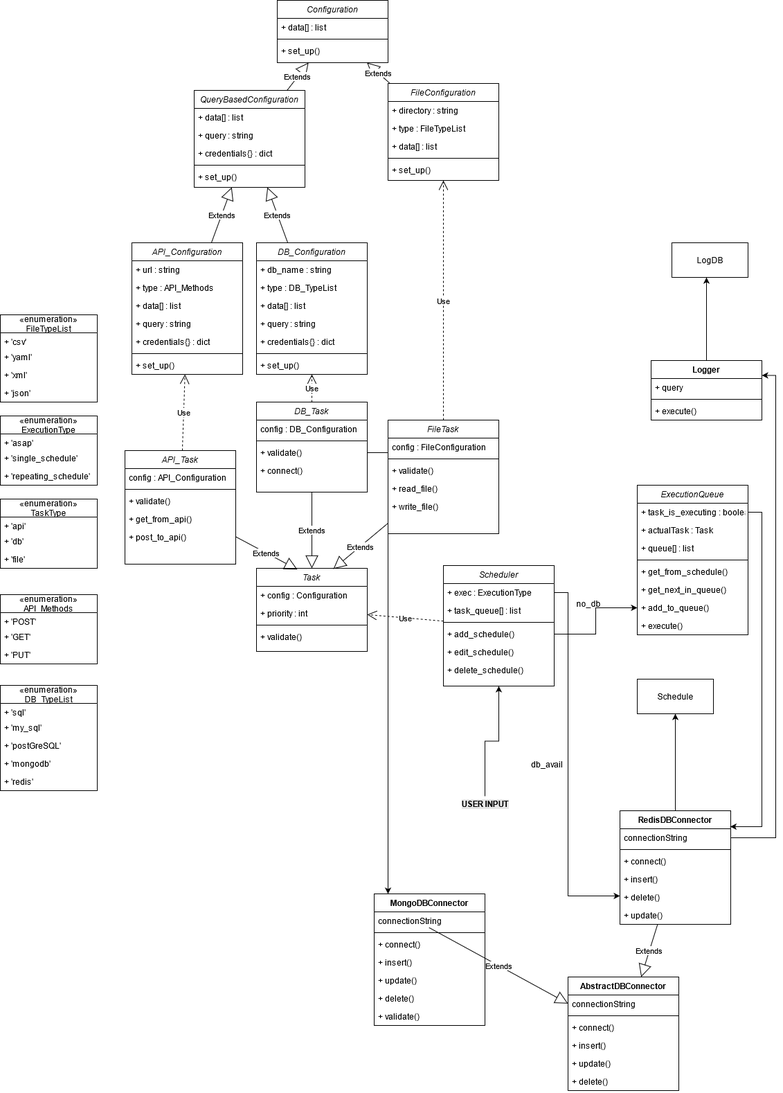
Before: docs/Task_Manager_ClassDiag_v0.2.png, a diagram exported from draw.io (andresduarter22/task-manager). Source tidied: cells renumbered, new cells last; positions are measured from the earlier drawing's top-left corner, leaving out a move shared by most shapes.
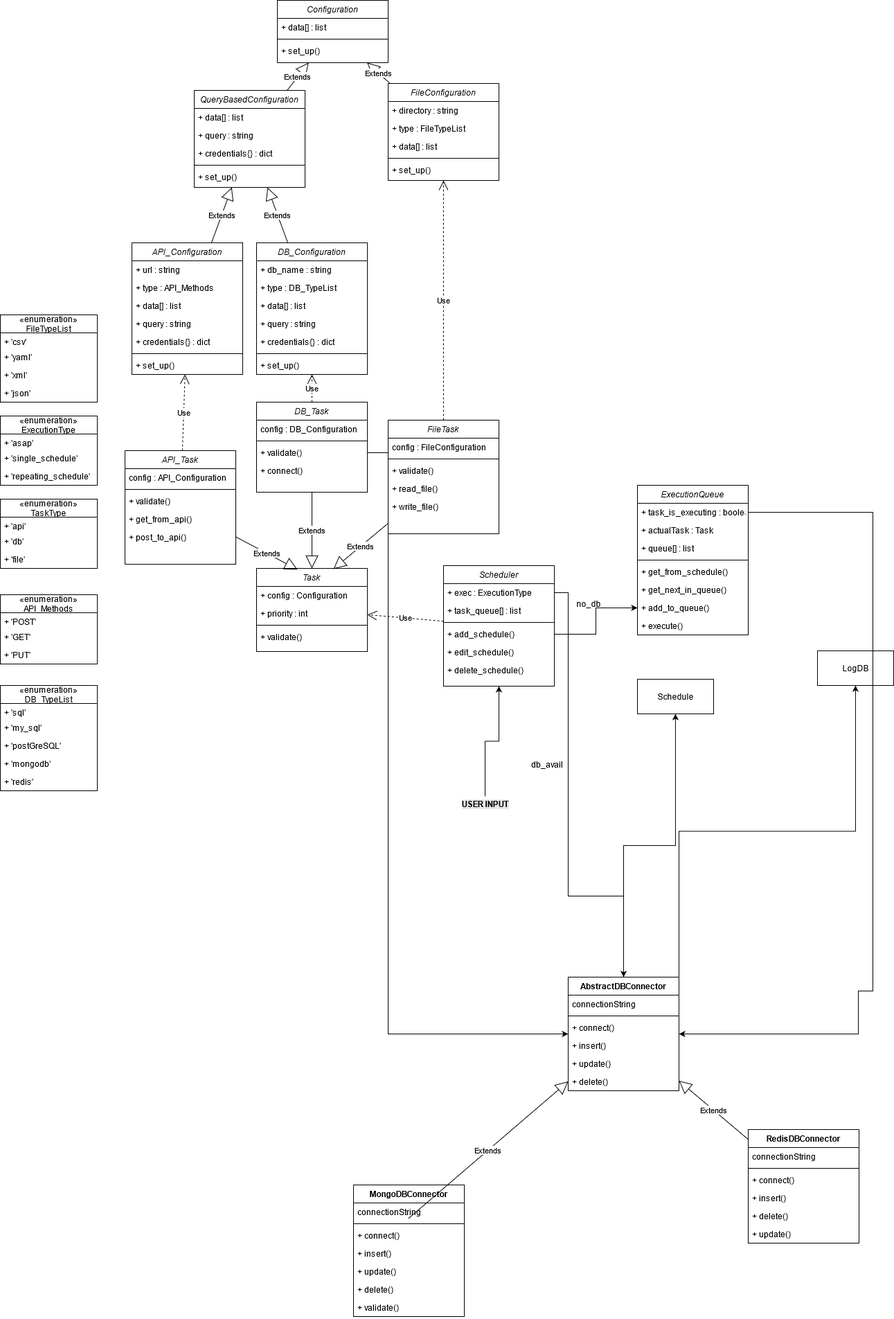
Above is the later version.

The edit, as a diff of the source:
```diff
@@ -319,29 +319,9 @@
         <mxPoint x="700" y="1149" as="sourcePoint" />
       </mxGeometry>
     </mxCell>
-    <mxCell id="107" value="Logger" style="swimlane;fontStyle=1;align=center;verticalAlign=top;horizontal=1;startSize=26;" parent="1" vertex="1">
-      <mxGeometry x="940" y="520" width="160" height="86" as="geometry" />
-    </mxCell>
-    <mxCell id="108" value="+ query" style="text;strokeColor=none;fillColor=none;align=left;verticalAlign=top;spacingLeft=4;spacingRight=4;overflow=hidden;" parent="107" vertex="1">
-      <mxGeometry y="26" width="160" height="26" as="geometry" />
-    </mxCell>
-    <mxCell id="109" style="line;strokeWidth=1;fillColor=none;align=left;verticalAlign=middle;spacingTop=-1;spacingLeft=3;spacingRight=3;labelPosition=right;" parent="107" vertex="1">
-      <mxGeometry y="52" width="160" height="8" as="geometry" />
-    </mxCell>
-    <mxCell id="110" value="+ execute()" style="text;strokeColor=none;fillColor=none;align=left;verticalAlign=top;spacingLeft=4;spacingRight=4;overflow=hidden;" parent="107" vertex="1">
-      <mxGeometry y="60" width="160" height="26" as="geometry" />
-    </mxCell>
     <mxCell id="111" value="LogDB" style="html=1;" parent="1" vertex="1">
-      <mxGeometry x="970" y="350" width="110" height="50" as="geometry" />
+      <mxGeometry x="1180" y="939" width="110" height="50" as="geometry" />
     </mxCell>
-    <mxCell id="112" style="edgeStyle=orthogonalEdgeStyle;rounded=0;jettySize=auto;html=1;exitX=0.5;exitY=0;exitDx=0;exitDy=0;" parent="1" edge="1" source="107" target="111">
-      <mxGeometry relative="1" as="geometry">
-        <Array as="points">
-          <mxPoint x="1020" y="430" />
-          <mxPoint x="1020" y="430" />
-        </Array>
-      </mxGeometry>
-    </mxCell>
     <mxCell id="113" style="edgeStyle=orthogonalEdgeStyle;rounded=0;jettySize=auto;html=1;exitX=1;exitY=0.5;exitDx=0;exitDy=0;entryX=0;entryY=0.5;entryDx=0;entryDy=0;" parent="1" edge="1" source="12" target="103">
       <mxGeometry relative="1" as="geometry" />
     </mxCell>
@@ -357,6 +337,9 @@
     <mxCell id="117" value="&lt;span style=&quot;background-color: rgb(230 , 230 , 230)&quot;&gt;&lt;b&gt;USER INPUT&lt;br&gt;&lt;/b&gt;&lt;/span&gt;" style="text;html=1;align=center;verticalAlign=middle;strokeColor=none;" parent="1" vertex="1">
       <mxGeometry x="655" y="1150" width="90" height="20" as="geometry" />
     </mxCell>
+    <mxCell id="147" style="edgeStyle=orthogonalEdgeStyle;rounded=0;jettySize=auto;html=1;exitX=1;exitY=0;exitDx=0;exitDy=0;" parent="1" edge="1" source="118" target="111">
+      <mxGeometry relative="1" as="geometry" />
+    </mxCell>
     <mxCell id="118" value="AbstractDBConnector" style="swimlane;fontStyle=1;align=center;verticalAlign=top;horizontal=1;startSize=26;" parent="1" vertex="1">
       <mxGeometry x="820" y="1410" width="160" height="164" as="geometry" />
     </mxCell>
@@ -379,7 +362,7 @@
       <mxGeometry y="138" width="160" height="26" as="geometry" />
     </mxCell>
     <mxCell id="125" value="MongoDBConnector" style="swimlane;fontStyle=1;align=center;verticalAlign=top;horizontal=1;startSize=26;" parent="1" vertex="1">
-      <mxGeometry x="540" y="1290" width="160" height="190" as="geometry" />
+      <mxGeometry x="510" y="1710" width="160" height="190" as="geometry" />
     </mxCell>
     <mxCell id="126" value="connectionString" style="text;strokeColor=none;fillColor=none;align=left;verticalAlign=top;spacingLeft=4;spacingRight=4;overflow=hidden;" parent="125" vertex="1">
       <mxGeometry y="26" width="160" height="26" as="geometry" />
@@ -402,11 +385,11 @@
     <mxCell id="132" value="+ validate()" style="text;strokeColor=none;fillColor=none;align=left;verticalAlign=top;spacingLeft=4;spacingRight=4;overflow=hidden;" parent="125" vertex="1">
       <mxGeometry y="164" width="160" height="26" as="geometry" />
     </mxCell>
-    <mxCell id="133" style="edgeStyle=orthogonalEdgeStyle;rounded=0;jettySize=auto;html=1;exitX=0.5;exitY=0;exitDx=0;exitDy=0;" parent="1" edge="1" source="134" target="105">
+    <mxCell id="133" style="edgeStyle=orthogonalEdgeStyle;rounded=0;jettySize=auto;html=1;" parent="1" edge="1" source="118" target="105">
       <mxGeometry relative="1" as="geometry" />
     </mxCell>
     <mxCell id="134" value="RedisDBConnector" style="swimlane;fontStyle=1;align=center;verticalAlign=top;horizontal=1;startSize=26;" parent="1" vertex="1">
-      <mxGeometry x="895" y="1170" width="160" height="164" as="geometry" />
+      <mxGeometry x="1080" y="1630" width="160" height="164" as="geometry" />
     </mxCell>
     <mxCell id="135" value="connectionString" style="text;strokeColor=none;fillColor=none;align=left;verticalAlign=top;spacingLeft=4;spacingRight=4;overflow=hidden;points=[[0,0.5],[1,0.5]];portConstraint=eastwest;" parent="134" vertex="1">
       <mxGeometry y="26" width="160" height="26" as="geometry" />
@@ -432,26 +415,32 @@
     <mxCell id="142" value="Extends" style="endArrow=block;endSize=16;endFill=0;html=1;" parent="1" edge="1" source="134" target="118">
       <mxGeometry relative="1" as="geometry" />
     </mxCell>
-    <mxCell id="143" style="edgeStyle=orthogonalEdgeStyle;rounded=0;jettySize=auto;html=1;exitX=1;exitY=0.5;exitDx=0;exitDy=0;" parent="1" edge="1" source="9" target="134">
+    <mxCell id="143" style="edgeStyle=orthogonalEdgeStyle;rounded=0;jettySize=auto;html=1;exitX=1;exitY=0.5;exitDx=0;exitDy=0;" parent="1" edge="1" source="9" target="118">
       <mxGeometry relative="1" as="geometry">
         <Array as="points">
           <mxPoint x="820" y="855" />
           <mxPoint x="820" y="1293" />
+          <mxPoint x="900" y="1293" />
         </Array>
       </mxGeometry>
     </mxCell>
-    <mxCell id="144" style="edgeStyle=orthogonalEdgeStyle;rounded=0;jettySize=auto;html=1;exitX=1;exitY=0.5;exitDx=0;exitDy=0;entryX=0.996;entryY=0.14;entryDx=0;entryDy=0;entryPerimeter=0;" parent="1" edge="1" source="97" target="134">
-      <mxGeometry relative="1" as="geometry" />
+    <mxCell id="144" style="edgeStyle=orthogonalEdgeStyle;rounded=0;jettySize=auto;html=1;exitX=1;exitY=0.5;exitDx=0;exitDy=0;" parent="1" edge="1" source="97" target="118">
+      <mxGeometry relative="1" as="geometry">
+        <Array as="points">
+          <mxPoint x="1260" y="739" />
+          <mxPoint x="1260" y="1430" />
+          <mxPoint x="1239" y="1430" />
+          <mxPoint x="1239" y="1492" />
+        </Array>
+      </mxGeometry>
     </mxCell>
-    <mxCell id="145" style="edgeStyle=orthogonalEdgeStyle;rounded=0;jettySize=auto;html=1;exitX=1;exitY=0.5;exitDx=0;exitDy=0;" parent="1" edge="1" source="31" target="125">
+    <mxCell id="145" style="edgeStyle=orthogonalEdgeStyle;rounded=0;jettySize=auto;html=1;exitX=1;exitY=0.5;exitDx=0;exitDy=0;" parent="1" edge="1" source="31" target="118">
       <mxGeometry relative="1" as="geometry">
         <Array as="points">
           <mxPoint x="560" y="653" />
+          <mxPoint x="560" y="1492" />
         </Array>
       </mxGeometry>
     </mxCell>
-    <mxCell id="146" style="edgeStyle=orthogonalEdgeStyle;rounded=0;jettySize=auto;html=1;exitX=1;exitY=0.5;exitDx=0;exitDy=0;entryX=1;entryY=0.25;entryDx=0;entryDy=0;" parent="1" edge="1" source="135" target="107">
-      <mxGeometry relative="1" as="geometry" />
-    </mxCell>
   </root>
 </mxGraphModel>
```
